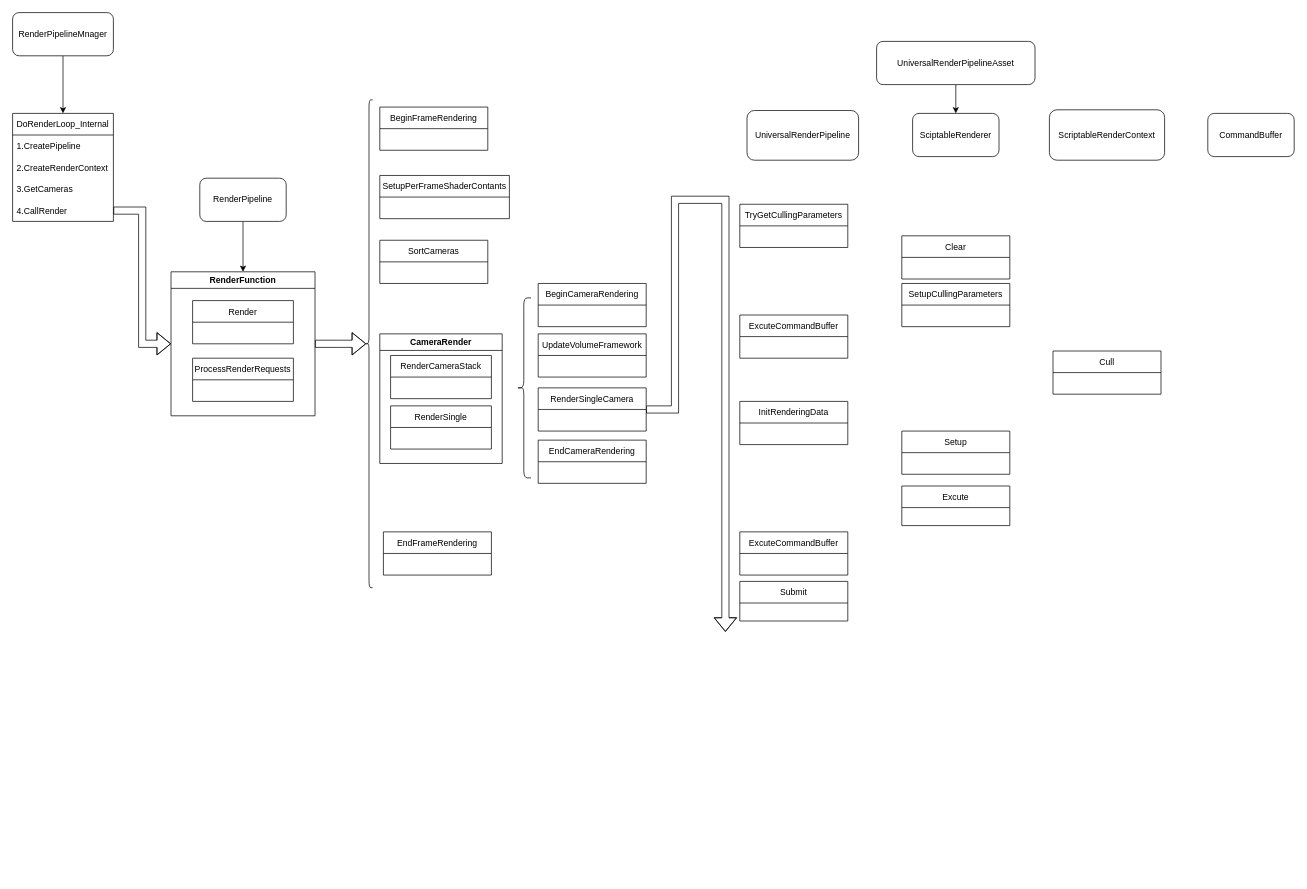
yxl1996/DiagramSave keeps this draw.io diagram as URP.drawio. Above is the earlier version. Source tidied: cells renumbered, new cells numbered last; positions are measured from the earlier drawing's top-left corner, leaving out a move shared by most shapes. Both pictures are drawn from the tidied source at 72%, with x=0, y=0 at pixel (12, 12).
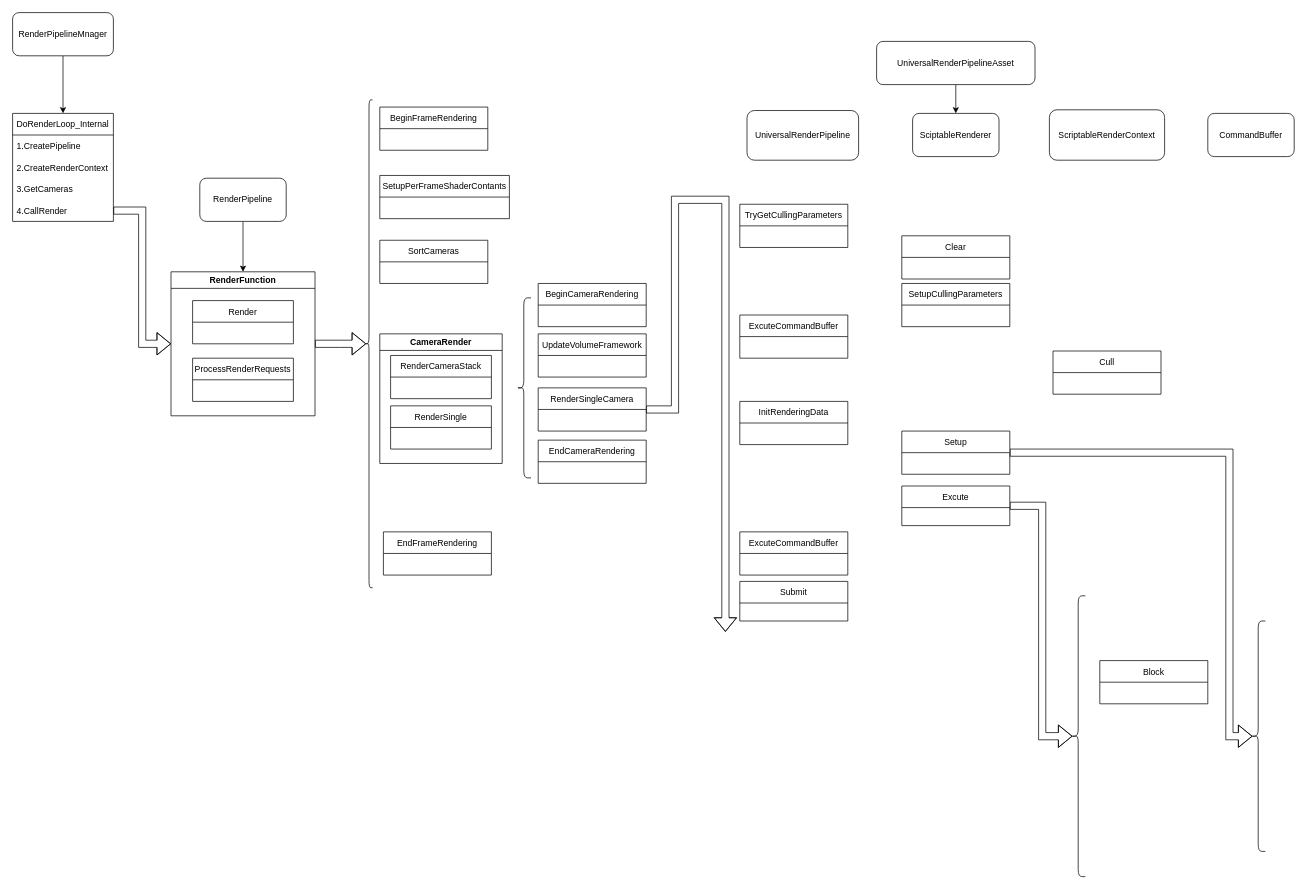
The same page after the edit.

The change refers to these unchanged cells:
```xml
<mxCell id="39" value="Setup" style="swimlane;fontStyle=0;horizontal=1;startSize=30;" parent="1" vertex="1">
  <mxGeometry x="1235" y="581.2" width="150" height="60" as="geometry" />
</mxCell>
<mxCell id="40" value="Excute" style="swimlane;fontStyle=0;horizontal=1;startSize=30;" parent="1" vertex="1">
  <mxGeometry x="1235" y="657.5" width="150" height="55" as="geometry" />
</mxCell>
```

Change to the diagram source:
```diff
@@
+    <mxCell id="46" style="edgeStyle=orthogonalEdgeStyle;shape=flexArrow;rounded=0;jettySize=auto;html=1;entryX=0.1;entryY=0.5;entryDx=0;entryDy=0;entryPerimeter=0;endArrow=classic;endFill=1;" parent="1" edge="1" source="39" target="48">
+      <mxGeometry relative="1" as="geometry">
+        <Array as="points">
+          <mxPoint x="1690" y="611" />
+          <mxPoint x="1690" y="1005" />
+        </Array>
+      </mxGeometry>
+    </mxCell>
@@
+    <mxCell id="47" style="edgeStyle=orthogonalEdgeStyle;shape=flexArrow;rounded=0;jettySize=auto;html=1;entryX=0.1;entryY=0.5;entryDx=0;entryDy=0;entryPerimeter=0;endArrow=classic;endFill=1;" parent="1" edge="1" source="40" target="49">
+      <mxGeometry relative="1" as="geometry">
+        <Array as="points">
+          <mxPoint x="1430" y="685" />
+          <mxPoint x="1430" y="1005" />
+        </Array>
+      </mxGeometry>
+    </mxCell>
@@
+    <mxCell id="48" style="shape=curlyBracket;whiteSpace=wrap;html=1;rounded=1;" parent="1" vertex="1">
+      <mxGeometry x="1720" y="845" width="20" height="320" as="geometry" />
+    </mxCell>
+    <mxCell id="49" style="shape=curlyBracket;whiteSpace=wrap;html=1;rounded=1;" parent="1" vertex="1">
+      <mxGeometry x="1470" y="810" width="20" height="390" as="geometry" />
+    </mxCell>
+    <mxCell id="50" value="Block" style="swimlane;fontStyle=0;horizontal=1;startSize=30;" parent="1" vertex="1">
+      <mxGeometry x="1510" y="900" width="150" height="60" as="geometry" />
+    </mxCell>
```
